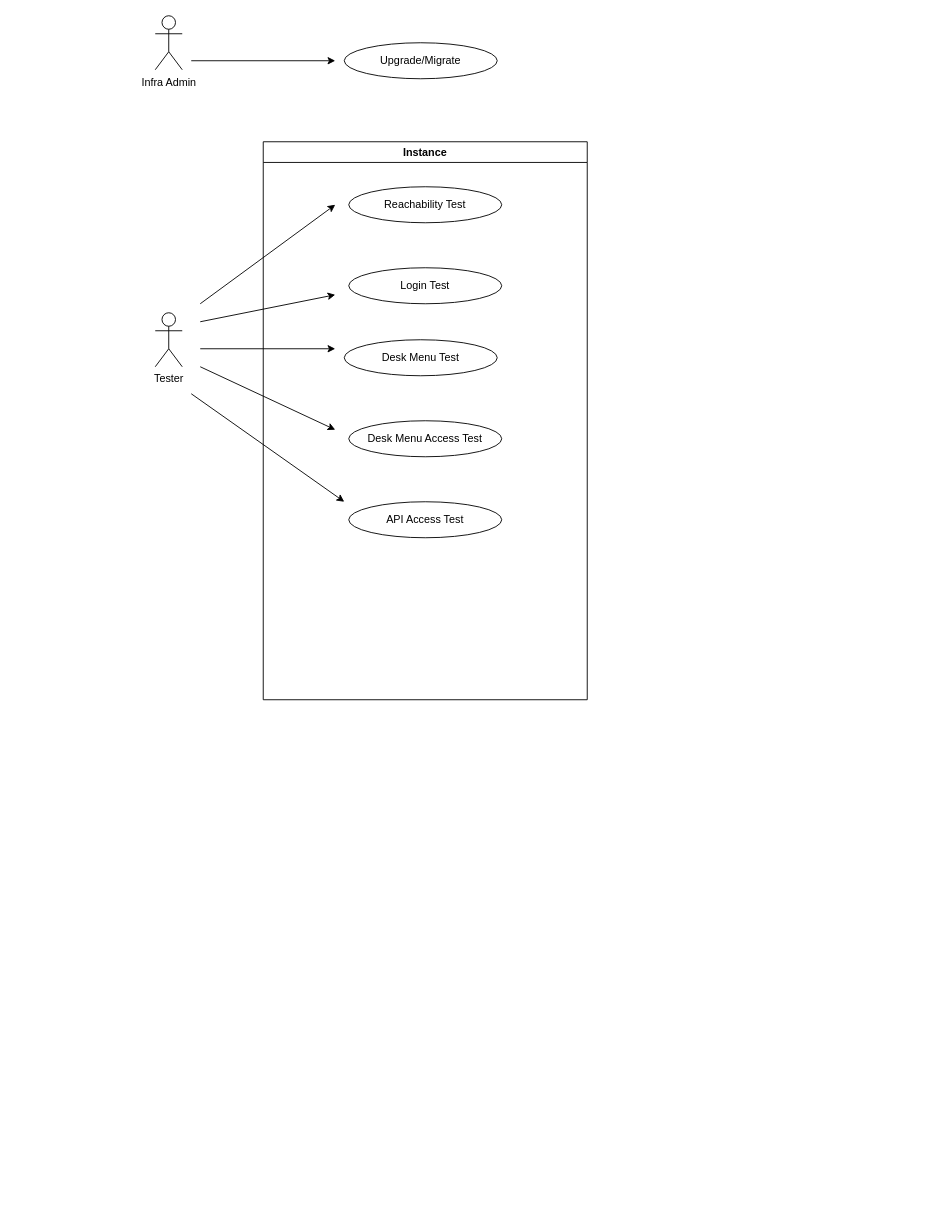
This is Untitled Diagram.drawio from Iswariya-LMNAs/Diagrams, a draw.io file, before an edit. Source tidied: cells renumbered, new cells numbered last; positions are measured from the earlier drawing's top-left corner, leaving out a move shared by most shapes. Both pictures are drawn from the tidied source at 90%, with x=0, y=0 at pixel (155, 15).
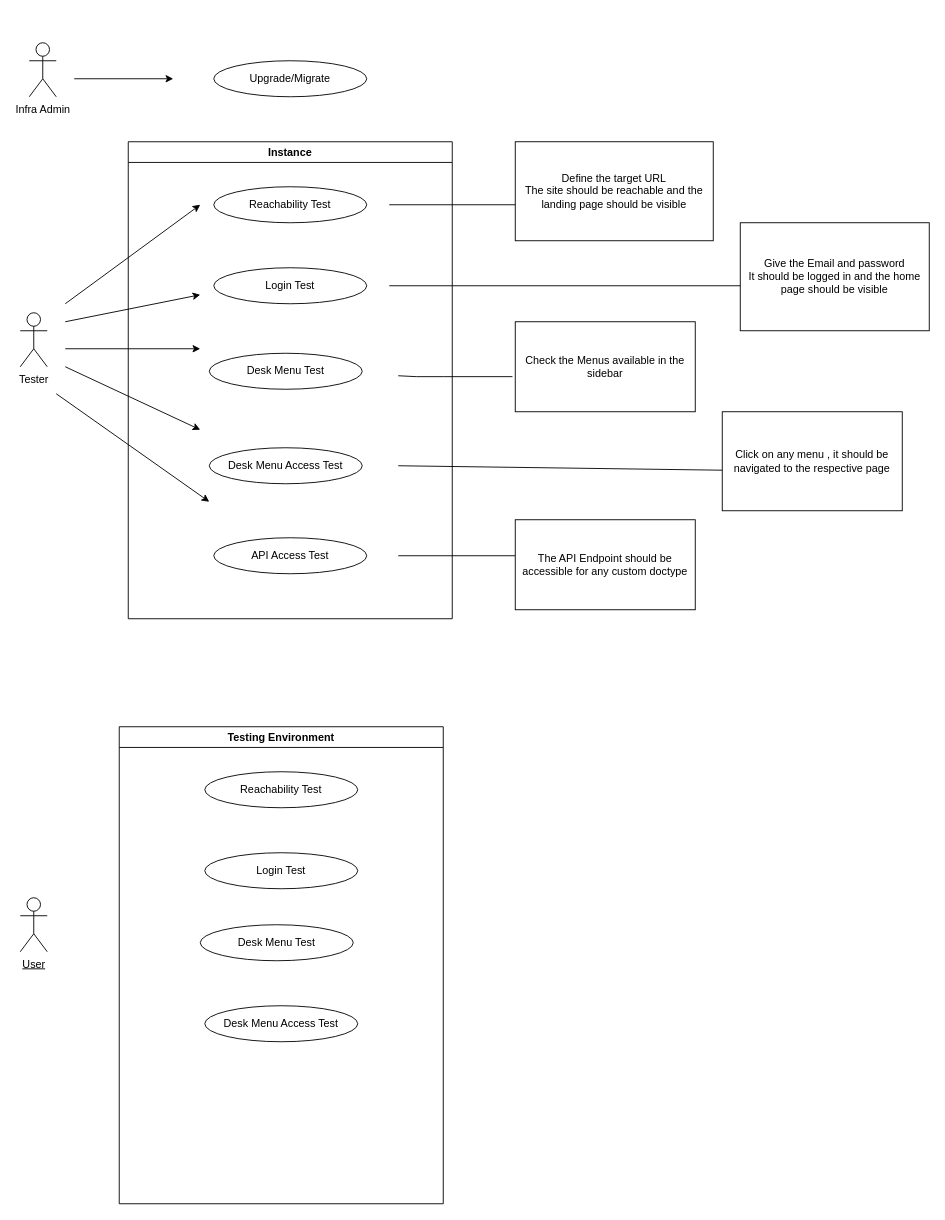
Above is the later version.

What changed in the source:
```diff
@@
     <mxCell id="2" value="Instance" style="swimlane;whiteSpace=wrap;html=1;" parent="1" vertex="1">
-      <mxGeometry x="120" y="140" width="360" height="620" as="geometry" />
+      <mxGeometry x="-30" y="140" width="360" height="530" as="geometry" />
     </mxCell>
@@
     <mxCell id="5" value="Desk Menu Test" style="ellipse;whiteSpace=wrap;html=1;" parent="2" vertex="1">
-      <mxGeometry x="90" y="220" width="170" height="40" as="geometry" />
+      <mxGeometry x="90" y="235" width="170" height="40" as="geometry" />
     </mxCell>
     <mxCell id="6" value="Desk Menu Access Test" style="ellipse;whiteSpace=wrap;html=1;" parent="2" vertex="1">
-      <mxGeometry x="95" y="310" width="170" height="40" as="geometry" />
+      <mxGeometry x="90" y="340" width="170" height="40" as="geometry" />
     </mxCell>
+    <mxCell id="17" style="endArrow=none;html=1;rounded=0;" parent="2" edge="1">
+      <mxGeometry relative="1" as="geometry">
+        <mxPoint x="290" y="70" as="sourcePoint" />
+        <mxPoint x="440" y="70" as="targetPoint" />
+      </mxGeometry>
+    </mxCell>
+    <mxCell id="18" style="endArrow=none;html=1;rounded=0;" parent="2" edge="1">
+      <mxGeometry relative="1" as="geometry">
+        <mxPoint x="290" y="160" as="sourcePoint" />
+        <mxPoint x="730" y="160" as="targetPoint" />
+      </mxGeometry>
+    </mxCell>
+    <mxCell id="19" style="endArrow=none;html=1;rounded=0;entryX=-0.012;entryY=0.315;entryDx=0;entryDy=0;entryPerimeter=0;" parent="2" edge="1">
+      <mxGeometry relative="1" as="geometry">
+        <mxPoint x="300" y="260" as="sourcePoint" />
+        <mxPoint x="426.9" y="261" as="targetPoint" />
+        <Array as="points">
+          <mxPoint x="320" y="261" />
+          <mxPoint x="350" y="261" />
+        </Array>
+      </mxGeometry>
+    </mxCell>
+    <mxCell id="10" value="API Access Test" style="ellipse;whiteSpace=wrap;html=1;" parent="2" vertex="1">
+      <mxGeometry x="95" y="440" width="170" height="40" as="geometry" />
+    </mxCell>
+    <mxCell id="20" style="endArrow=none;html=1;rounded=0;entryX=0.02;entryY=0.591;entryDx=0;entryDy=0;entryPerimeter=0;" parent="2" edge="1" target="31">
+      <mxGeometry relative="1" as="geometry">
+        <mxPoint x="300" y="360" as="sourcePoint" />
+      </mxGeometry>
+    </mxCell>
+    <mxCell id="21" style="endArrow=none;html=1;rounded=0;" parent="2" edge="1">
+      <mxGeometry relative="1" as="geometry">
+        <mxPoint x="300" y="460" as="sourcePoint" />
+        <mxPoint x="430" y="460" as="targetPoint" />
+      </mxGeometry>
+    </mxCell>
     <mxCell id="7" value="Infra Admin" style="shape=umlActor;verticalLabelPosition=bottom;verticalAlign=top;html=1;" parent="1" vertex="1">
-      <mxGeometry width="30" height="60" as="geometry" />
+      <mxGeometry x="-140" y="30" width="30" height="60" as="geometry" />
     </mxCell>
     <mxCell id="8" value="Tester" style="shape=umlActor;verticalLabelPosition=bottom;verticalAlign=top;html=1;" parent="1" vertex="1">
-      <mxGeometry y="330" width="30" height="60" as="geometry" />
+      <mxGeometry x="-150" y="330" width="30" height="60" as="geometry" />
     </mxCell>
     <mxCell id="9" value="Upgrade/Migrate" style="ellipse;whiteSpace=wrap;html=1;" parent="1" vertex="1">
-      <mxGeometry x="210" y="30" width="170" height="40" as="geometry" />
+      <mxGeometry x="65" y="50" width="170" height="40" as="geometry" />
     </mxCell>
-    <mxCell id="10" value="API Access Test" style="ellipse;whiteSpace=wrap;html=1;" parent="1" vertex="1">
-      <mxGeometry x="215" y="540" width="170" height="40" as="geometry" />
-    </mxCell>
     <mxCell id="11" style="endArrow=classic;html=1;rounded=0;" parent="1" edge="1">
       <mxGeometry relative="1" as="geometry">
-        <mxPoint x="40" y="50" as="sourcePoint" />
-        <mxPoint x="200" y="50" as="targetPoint" />
+        <mxPoint x="-90" y="70" as="sourcePoint" />
+        <mxPoint x="20" y="70" as="targetPoint" />
       </mxGeometry>
     </mxCell>
     <mxCell id="12" style="endArrow=classic;html=1;rounded=0;" parent="1" edge="1">
       <mxGeometry relative="1" as="geometry">
-        <mxPoint x="50" y="320" as="sourcePoint" />
-        <mxPoint x="200" y="210" as="targetPoint" />
+        <mxPoint x="-100" y="320" as="sourcePoint" />
+        <mxPoint x="50" y="210" as="targetPoint" />
       </mxGeometry>
     </mxCell>
     <mxCell id="13" style="endArrow=classic;html=1;rounded=0;" parent="1" edge="1">
       <mxGeometry relative="1" as="geometry">
-        <mxPoint x="50" y="340" as="sourcePoint" />
-        <mxPoint x="200" y="310" as="targetPoint" />
+        <mxPoint x="-100" y="340" as="sourcePoint" />
+        <mxPoint x="50" y="310" as="targetPoint" />
       </mxGeometry>
     </mxCell>
     <mxCell id="14" style="endArrow=classic;html=1;rounded=0;" parent="1" edge="1">
       <mxGeometry relative="1" as="geometry">
-        <mxPoint x="50" y="370" as="sourcePoint" />
-        <mxPoint x="200" y="370" as="targetPoint" />
+        <mxPoint x="-100" y="370" as="sourcePoint" />
+        <mxPoint x="50" y="370" as="targetPoint" />
       </mxGeometry>
     </mxCell>
     <mxCell id="15" style="endArrow=classic;html=1;rounded=0;" parent="1" edge="1">
       <mxGeometry relative="1" as="geometry">
-        <mxPoint x="50" y="390" as="sourcePoint" />
-        <mxPoint x="200" y="460" as="targetPoint" />
+        <mxPoint x="-100" y="390" as="sourcePoint" />
+        <mxPoint x="50" y="460" as="targetPoint" />
       </mxGeometry>
     </mxCell>
     <mxCell id="16" style="endArrow=classic;html=1;rounded=0;" parent="1" edge="1">
       <mxGeometry relative="1" as="geometry">
-        <mxPoint x="40" y="420" as="sourcePoint" />
-        <mxPoint x="210" y="540" as="targetPoint" />
+        <mxPoint x="-110" y="420" as="sourcePoint" />
+        <mxPoint x="60" y="540" as="targetPoint" />
       </mxGeometry>
     </mxCell>
+    <mxCell id="22" value="Testing Environment" style="swimlane;whiteSpace=wrap;html=1;" parent="1" vertex="1">
+      <mxGeometry x="-40" y="790" width="360" height="530" as="geometry" />
+    </mxCell>
+    <mxCell id="23" value="Reachability Test" style="ellipse;whiteSpace=wrap;html=1;" parent="22" vertex="1">
+      <mxGeometry x="95" y="50" width="170" height="40" as="geometry" />
+    </mxCell>
+    <mxCell id="24" value="Login Test" style="ellipse;whiteSpace=wrap;html=1;" parent="22" vertex="1">
+      <mxGeometry x="95" y="140" width="170" height="40" as="geometry" />
+    </mxCell>
+    <mxCell id="25" value="Desk Menu Test" style="ellipse;whiteSpace=wrap;html=1;" parent="22" vertex="1">
+      <mxGeometry x="90" y="220" width="170" height="40" as="geometry" />
+    </mxCell>
+    <mxCell id="26" value="Desk Menu Access Test" style="ellipse;whiteSpace=wrap;html=1;" parent="22" vertex="1">
+      <mxGeometry x="95" y="310" width="170" height="40" as="geometry" />
+    </mxCell>
+    <mxCell id="27" value="User" style="shape=umlActor;verticalLabelPosition=bottom;verticalAlign=top;html=1;fontStyle=4;" parent="1" vertex="1">
+      <mxGeometry x="-150" y="980" width="30" height="60" as="geometry" />
+    </mxCell>
+    <mxCell id="28" value="&lt;div&gt;Define the target URL&lt;/div&gt;&lt;div&gt;The site should be reachable and the landing page should be visible &lt;br&gt;&lt;/div&gt;" style="rounded=0;whiteSpace=wrap;html=1;" parent="1" vertex="1">
+      <mxGeometry x="400" y="140" width="220" height="110" as="geometry" />
+    </mxCell>
+    <mxCell id="29" value="&lt;div&gt;Give the Email and password &lt;br&gt;&lt;/div&gt;&lt;div&gt;It should be logged in and the home page should be visible&lt;/div&gt;" style="rounded=0;whiteSpace=wrap;html=1;" parent="1" vertex="1">
+      <mxGeometry x="650" y="230" width="210" height="120" as="geometry" />
+    </mxCell>
+    <mxCell id="30" value="Check the Menus available in the sidebar" style="rounded=0;whiteSpace=wrap;html=1;" parent="1" vertex="1">
+      <mxGeometry x="400" y="340" width="200" height="100" as="geometry" />
+    </mxCell>
+    <mxCell id="31" value="Click on any menu , it should be navigated to the respective page" style="rounded=0;whiteSpace=wrap;html=1;" parent="1" vertex="1">
+      <mxGeometry x="630" y="440" width="200" height="110" as="geometry" />
+    </mxCell>
+    <mxCell id="32" value="The API Endpoint should be accessible for any custom doctype" style="rounded=0;whiteSpace=wrap;html=1;" parent="1" vertex="1">
+      <mxGeometry x="400" y="560" width="200" height="100" as="geometry" />
+    </mxCell>
```
